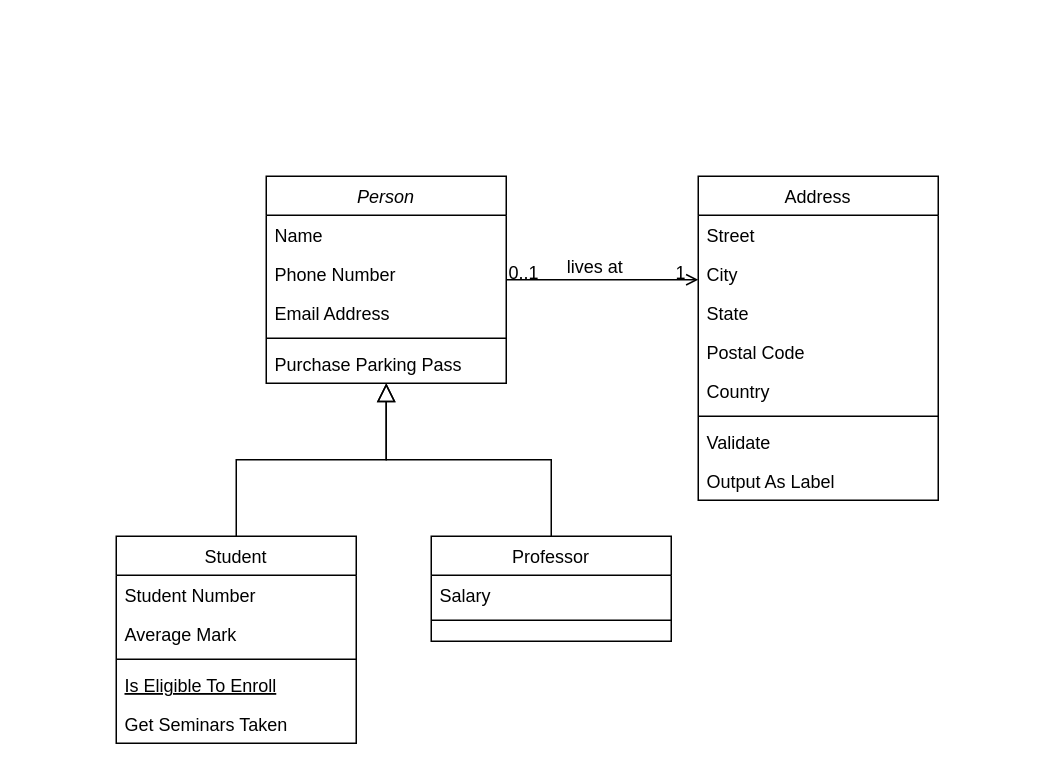
Above: taskLinker.drawio in JingFERMENT/TaskLinker (draw.io), before the change. Source tidied: cells renumbered, new cells numbered last; positions are measured from the earlier drawing's top-left corner, leaving out a move shared by most shapes. Both pictures are drawn from the tidied source at 150%, with x=0, y=0 at pixel (116, 176).
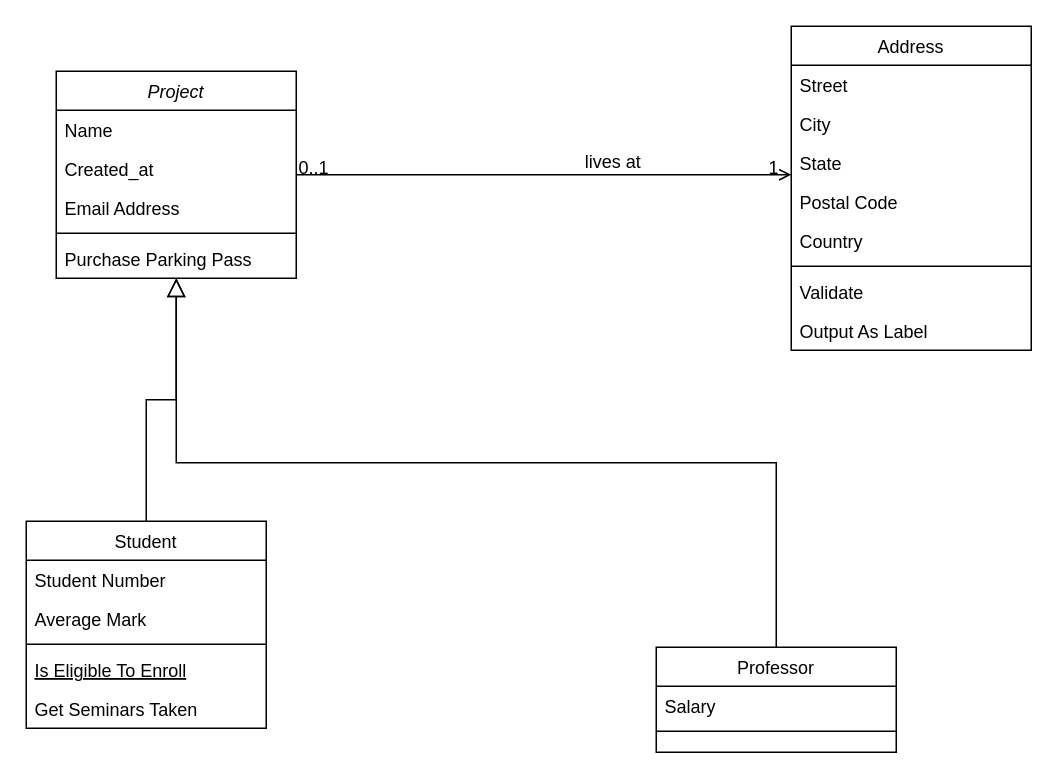
The same page after the edit.

Commit message (it also covers changes not shown here):
Mettre à jour taskLinker.drawio

Diff of the diagram source:
```diff
@@
-    <mxCell id="2" value="Person" style="swimlane;fontStyle=2;align=center;verticalAlign=top;horizontal=1;startSize=26;rounded=0;shadow=0;strokeWidth=1;" parent="1" vertex="1">
-      <mxGeometry x="100" width="160" height="138" as="geometry" />
+    <mxCell id="2" value="Project" style="swimlane;fontStyle=2;align=center;verticalAlign=top;horizontal=1;startSize=26;rounded=0;shadow=0;strokeWidth=1;" parent="1" vertex="1">
+      <mxGeometry x="-40" y="-70" width="160" height="138" as="geometry" />
     </mxCell>
@@
-    <mxCell id="4" value="Phone Number" style="text;align=left;verticalAlign=top;spacingLeft=4;spacingRight=4;overflow=hidden;rounded=0;shadow=0;html=0;" parent="2" vertex="1">
+    <mxCell id="4" value="Created_at" style="text;align=left;verticalAlign=top;spacingLeft=4;spacingRight=4;overflow=hidden;rounded=0;shadow=0;html=0;" parent="2" vertex="1">
       <mxGeometry y="52" width="160" height="26" as="geometry" />
     </mxCell>
@@
     <mxCell id="8" value="Student" style="swimlane;fontStyle=0;align=center;verticalAlign=top;horizontal=1;startSize=26;rounded=0;shadow=0;strokeWidth=1;" parent="1" vertex="1">
-      <mxGeometry y="240" width="160" height="138" as="geometry" />
+      <mxGeometry x="-60" y="230" width="160" height="138" as="geometry" />
     </mxCell>
@@
     <mxCell id="15" value="Professor" style="swimlane;fontStyle=0;align=center;verticalAlign=top;horizontal=1;startSize=26;rounded=0;shadow=0;strokeWidth=1;" parent="1" vertex="1">
-      <mxGeometry x="210" y="240" width="160" height="70" as="geometry" />
+      <mxGeometry x="360" y="314" width="160" height="70" as="geometry" />
     </mxCell>
@@
     <mxCell id="19" value="Address" style="swimlane;fontStyle=0;align=center;verticalAlign=top;horizontal=1;startSize=26;rounded=0;shadow=0;strokeWidth=1;" parent="1" vertex="1">
-      <mxGeometry x="388" width="160" height="216" as="geometry" />
+      <mxGeometry x="450" y="-100" width="160" height="216" as="geometry" />
     </mxCell>
```
